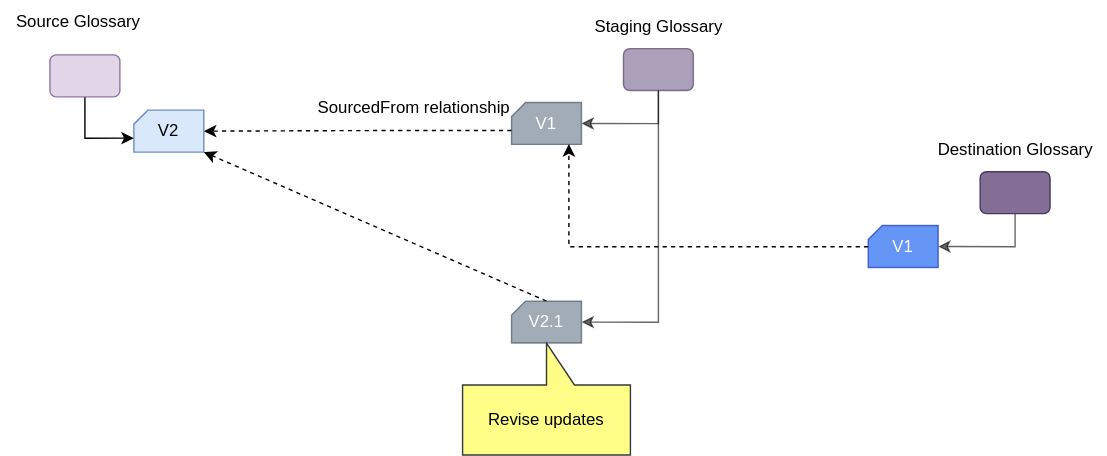
This is site/docs/services/omvs/glossary-workflow/rolling-staging-glossary-6.svg from odpi/egeria-docs, a draw.io export, as it was before one commit. Source tidied: cells renumbered, new cells last; positions are measured from the earlier drawing's top-left corner, leaving out a move shared by most shapes.
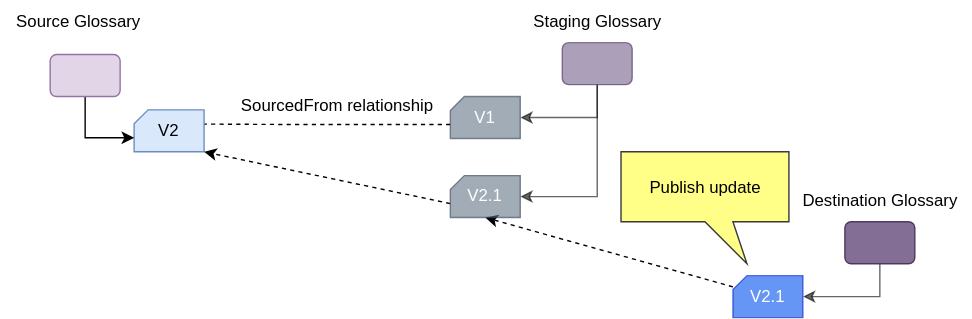
The same diagram one commit later.

Diff of the diagram source:
```diff
@@ -6,58 +6,63 @@
       <mxGeometry relative="1" as="geometry" />
     </mxCell>
     <mxCell id="3" style="rounded=1;whiteSpace=wrap;html=1;fillColor=#76608a;fontColor=#ffffff;strokeColor=#432D57;opacity=60;" parent="1" vertex="1">
-      <mxGeometry x="445" y="34.2" width="50" height="30" as="geometry" />
+      <mxGeometry x="475" y="422" width="50" height="30" as="geometry" />
     </mxCell>
-    <mxCell id="4" style="edgeStyle=orthogonalEdgeStyle;rounded=0;jettySize=auto;html=1;exitX=0;exitY=0;exitDx=0;exitDy=20;exitPerimeter=0;dashed=1;entryX=1;entryY=0.5;entryDx=0;entryDy=0;entryPerimeter=0;" parent="1" edge="1" source="5" target="6">
-      <mxGeometry relative="1" as="geometry" />
+    <mxCell id="4" style="edgeStyle=orthogonalEdgeStyle;rounded=0;jettySize=auto;html=1;exitX=0;exitY=0;exitDx=0;exitDy=20;exitPerimeter=0;dashed=1;" parent="1" edge="1" source="5">
+      <mxGeometry relative="1" as="geometry">
+        <mxPoint x="175" y="480" as="targetPoint" />
+      </mxGeometry>
     </mxCell>
     <mxCell id="5" value="V1" style="shape=card;whiteSpace=wrap;html=1;size=10;fillColor=#647687;strokeColor=#314354;fontColor=#ffffff;opacity=60;" parent="1" vertex="1">
-      <mxGeometry x="365" y="72.8" width="50" height="30" as="geometry" />
+      <mxGeometry x="395" y="460.5" width="50" height="30" as="geometry" />
     </mxCell>
     <mxCell id="6" value="V2" style="shape=card;whiteSpace=wrap;html=1;size=10;fillColor=#dae8fc;strokeColor=#6c8ebf;" parent="1" vertex="1">
-      <mxGeometry x="95" y="78.2" width="50" height="30" as="geometry" />
+      <mxGeometry x="169" y="470" width="50" height="30" as="geometry" />
     </mxCell>
     <mxCell id="7" style="edgeStyle=orthogonalEdgeStyle;rounded=0;jettySize=auto;html=1;exitX=0.5;exitY=1;exitDx=0;exitDy=0;entryX=0;entryY=0;entryDx=0;entryDy=20;entryPerimeter=0;" parent="1" edge="1" source="8" target="6">
       <mxGeometry relative="1" as="geometry" />
     </mxCell>
     <mxCell id="8" style="rounded=1;whiteSpace=wrap;html=1;fillColor=#e1d5e7;strokeColor=#9673a6;" parent="1" vertex="1">
-      <mxGeometry x="35" y="38.8" width="50" height="30" as="geometry" />
+      <mxGeometry x="109" y="430.5" width="50" height="30" as="geometry" />
     </mxCell>
     <mxCell id="9" value="Source Glossary" style="text;html=1;align=center;verticalAlign=middle;strokeColor=none;fillColor=none;" parent="1" vertex="1">
-      <mxGeometry y="0.2" width="110" height="30" as="geometry" />
+      <mxGeometry x="74" y="392" width="110" height="30" as="geometry" />
     </mxCell>
     <mxCell id="10" value="Staging Glossary" style="text;html=1;align=center;verticalAlign=middle;strokeColor=none;fillColor=none;" parent="1" vertex="1">
-      <mxGeometry x="415" y="4.2" width="110" height="30" as="geometry" />
+      <mxGeometry x="445" y="392" width="110" height="30" as="geometry" />
     </mxCell>
     <mxCell id="11" value="SourcedFrom relationship" style="text;html=1;align=center;verticalAlign=middle;strokeColor=none;fillColor=none;" parent="1" vertex="1">
-      <mxGeometry x="215" y="62.2" width="160" height="30" as="geometry" />
+      <mxGeometry x="234" y="452" width="160" height="30" as="geometry" />
     </mxCell>
     <mxCell id="12" style="edgeStyle=orthogonalEdgeStyle;rounded=0;jettySize=auto;html=1;exitX=0.5;exitY=1;exitDx=0;exitDy=0;entryX=1;entryY=0.5;entryDx=0;entryDy=0;entryPerimeter=0;opacity=60;" parent="1" edge="1" source="13" target="15">
       <mxGeometry relative="1" as="geometry" />
     </mxCell>
     <mxCell id="13" style="rounded=1;whiteSpace=wrap;html=1;fillColor=#76608a;fontColor=#ffffff;strokeColor=#432D57;opacity=90;" parent="1" vertex="1">
-      <mxGeometry x="700" y="122.2" width="50" height="30" as="geometry" />
+      <mxGeometry x="677" y="550" width="50" height="30" as="geometry" />
     </mxCell>
-    <mxCell id="14" style="edgeStyle=orthogonalEdgeStyle;rounded=0;jettySize=auto;html=1;dashed=1;entryX=0.82;entryY=0.992;entryDx=0;entryDy=0;entryPerimeter=0;" parent="1" edge="1" source="15" target="5">
+    <mxCell id="14" style="rounded=0;jettySize=auto;html=1;dashed=1;entryX=0.5;entryY=1;entryDx=0;entryDy=0;entryPerimeter=0;" parent="1" edge="1" source="15" target="19">
       <mxGeometry relative="1" as="geometry" />
     </mxCell>
-    <mxCell id="15" value="V1" style="shape=card;whiteSpace=wrap;html=1;size=10;fillColor=#0050ef;strokeColor=#001DBC;fontColor=#ffffff;opacity=60;" parent="1" vertex="1">
-      <mxGeometry x="620" y="160.8" width="50" height="30" as="geometry" />
+    <mxCell id="15" value="V2.1" style="shape=card;whiteSpace=wrap;html=1;size=10;fillColor=#0050ef;strokeColor=#001DBC;fontColor=#ffffff;opacity=60;" parent="1" vertex="1">
+      <mxGeometry x="597" y="588.5" width="50" height="30" as="geometry" />
     </mxCell>
     <mxCell id="16" value="Destination Glossary" style="text;html=1;align=center;verticalAlign=middle;strokeColor=none;fillColor=none;" parent="1" vertex="1">
-      <mxGeometry x="660" y="92.2" width="130" height="30" as="geometry" />
+      <mxGeometry x="637" y="520" width="130" height="30" as="geometry" />
     </mxCell>
-    <mxCell id="17" value="Revise updates" style="shape=callout;whiteSpace=wrap;html=1;perimeter=calloutPerimeter;fillColor=#ffff88;strokeColor=#36393d;flipV=1;" parent="1" vertex="1">
-      <mxGeometry x="330" y="244.8" width="120" height="80" as="geometry" />
+    <mxCell id="17" style="edgeStyle=orthogonalEdgeStyle;rounded=0;jettySize=auto;html=1;exitX=0.5;exitY=1;exitDx=0;exitDy=0;entryX=1;entryY=0.5;entryDx=0;entryDy=0;entryPerimeter=0;opacity=60;" parent="1" edge="1" source="3" target="19">
+      <mxGeometry relative="1" as="geometry" />
     </mxCell>
-    <mxCell id="18" style="edgeStyle=orthogonalEdgeStyle;rounded=0;jettySize=auto;html=1;exitX=0.5;exitY=1;exitDx=0;exitDy=0;entryX=1;entryY=0.5;entryDx=0;entryDy=0;entryPerimeter=0;opacity=60;" parent="1" edge="1" source="3" target="20">
+    <mxCell id="18" style="rounded=0;jettySize=auto;html=1;exitX=0;exitY=0;exitDx=0;exitDy=20;exitPerimeter=0;dashed=1;entryX=1;entryY=1;entryDx=0;entryDy=0;entryPerimeter=0;" parent="1" edge="1" source="19" target="6">
       <mxGeometry relative="1" as="geometry" />
     </mxCell>
-    <mxCell id="19" style="rounded=0;jettySize=auto;html=1;exitX=0.5;exitY=0;exitDx=0;exitDy=0;exitPerimeter=0;dashed=1;entryX=1;entryY=1;entryDx=0;entryDy=0;entryPerimeter=0;" parent="1" edge="1" source="20" target="6">
-      <mxGeometry relative="1" as="geometry" />
+    <mxCell id="19" value="V2.1" style="shape=card;whiteSpace=wrap;html=1;size=10;fillColor=#647687;strokeColor=#314354;fontColor=#ffffff;opacity=60;" parent="1" vertex="1">
+      <mxGeometry x="395" y="517" width="50" height="30" as="geometry" />
     </mxCell>
-    <mxCell id="20" value="V2.1" style="shape=card;whiteSpace=wrap;html=1;size=10;fillColor=#647687;strokeColor=#314354;fontColor=#ffffff;opacity=60;" parent="1" vertex="1">
-      <mxGeometry x="365" y="214.8" width="50" height="30" as="geometry" />
+    <mxCell id="20" style="shape=callout;whiteSpace=wrap;html=1;perimeter=calloutPerimeter;fillColor=#ffff88;strokeColor=#36393d;flipV=0;position2=0.75;" parent="1" vertex="1">
+      <mxGeometry x="517" y="500" width="120" height="80" as="geometry" />
     </mxCell>
+    <mxCell id="21" value="Publish update" style="text;html=1;align=center;verticalAlign=middle;strokeColor=none;fillColor=none;" parent="1" vertex="1">
+      <mxGeometry x="527" y="511" width="100" height="30" as="geometry" />
+    </mxCell>
   </root>
 </mxGraphModel>
```
